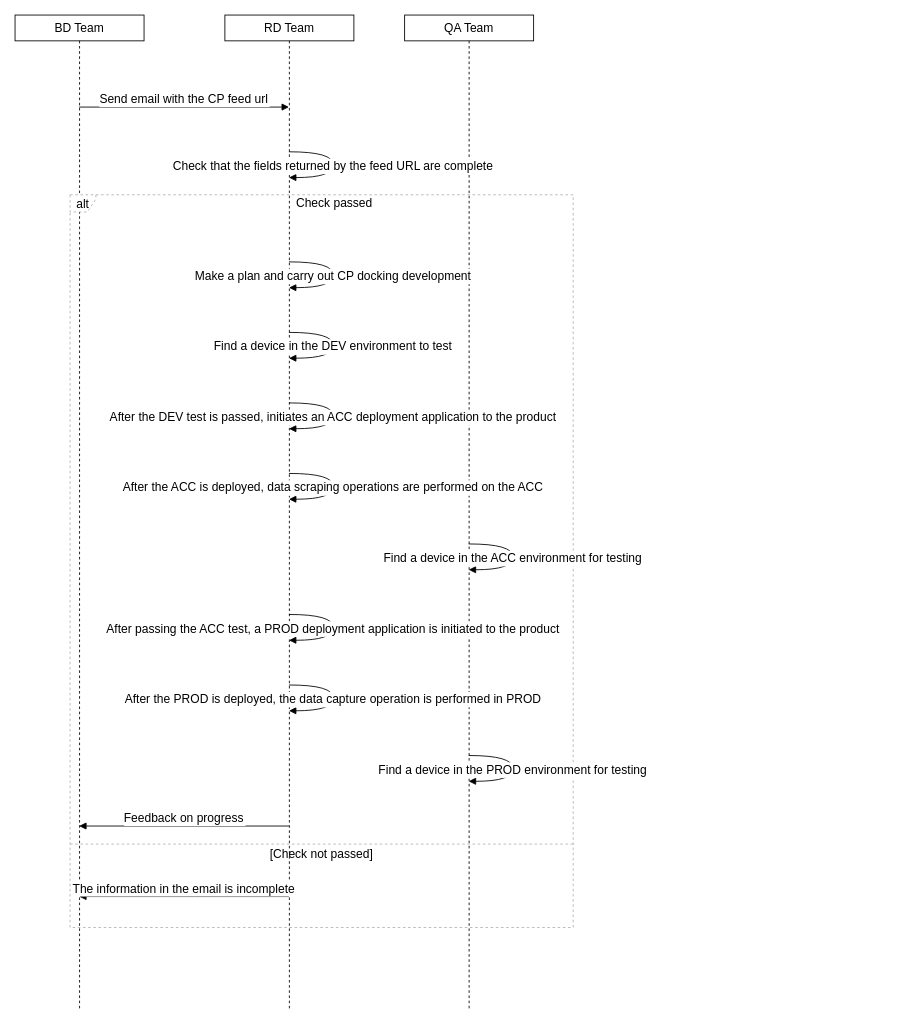
stevezhouht/baiduCDP keeps this draw.io diagram as update/cp对接流程.drawio. Above is the earlier version. Source tidied: cells renumbered, new cells numbered last; positions are measured from the earlier drawing's top-left corner, leaving out a move shared by most shapes. Both pictures are drawn from the tidied source at 86%, with x=0, y=0 at pixel (15, 15).
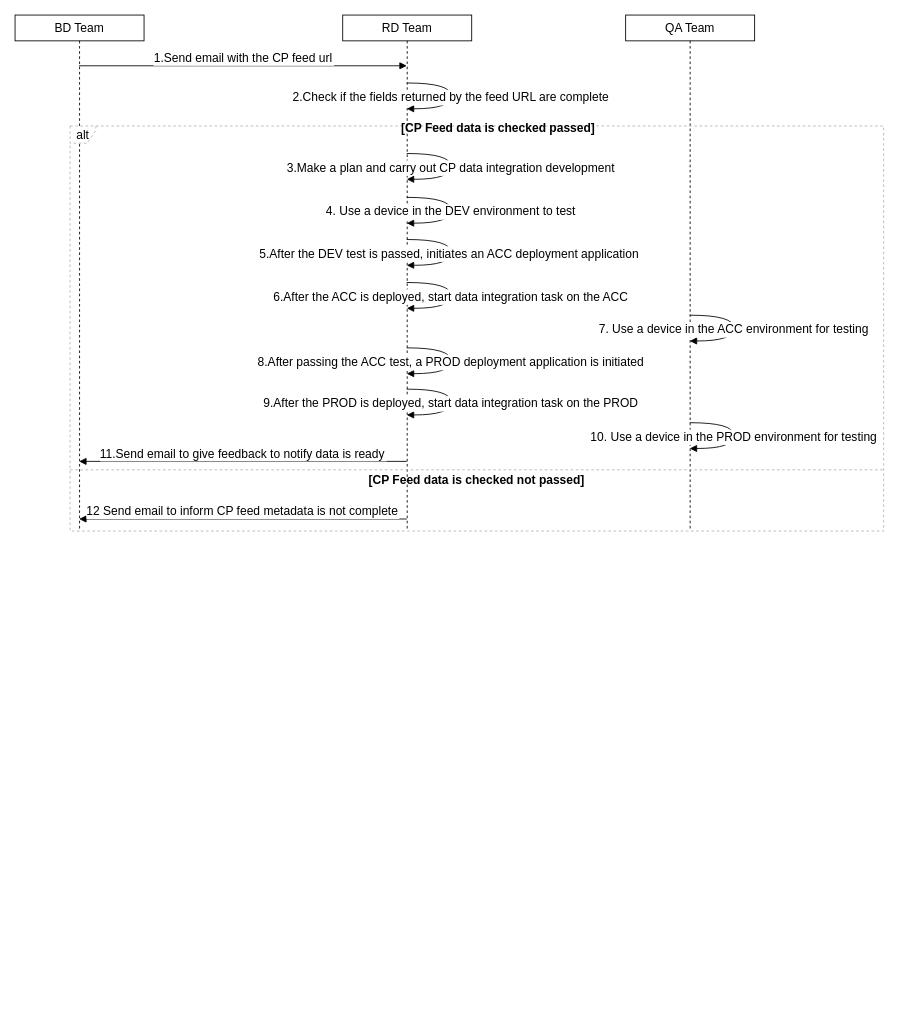
The same diagram, later.

Commit message (it also covers changes not shown here):
更新cp对接流程.drawio

The edit, as a diff of the source:
```diff
@@
     <mxCell id="2" value="BD Team" style="shape=umlLifeline;perimeter=lifelinePerimeter;whiteSpace=wrap;outlineConnect=0;portConstraint=eastwest;newEdgeStyle={&quot;edgeStyle&quot;:&quot;elbowEdgeStyle&quot;,&quot;elbow&quot;:&quot;vertical&quot;,&quot;curved&quot;:0,&quot;rounded&quot;:0};size=30;fontSize=14;spacing=1;" parent="1" vertex="1">
-      <mxGeometry width="150" height="1156" as="geometry" />
+      <mxGeometry width="150" height="600" as="geometry" />
     </mxCell>
     <mxCell id="3" value="RD Team" style="shape=umlLifeline;perimeter=lifelinePerimeter;whiteSpace=wrap;outlineConnect=0;portConstraint=eastwest;newEdgeStyle={&quot;edgeStyle&quot;:&quot;elbowEdgeStyle&quot;,&quot;elbow&quot;:&quot;vertical&quot;,&quot;curved&quot;:0,&quot;rounded&quot;:0};size=30;fontSize=14;spacing=1;" parent="1" vertex="1">
-      <mxGeometry x="244" width="150" height="1156" as="geometry" />
+      <mxGeometry x="381" width="150" height="600" as="geometry" />
     </mxCell>
     <mxCell id="4" value="QA Team" style="shape=umlLifeline;perimeter=lifelinePerimeter;whiteSpace=wrap;outlineConnect=0;portConstraint=eastwest;newEdgeStyle={&quot;edgeStyle&quot;:&quot;elbowEdgeStyle&quot;,&quot;elbow&quot;:&quot;vertical&quot;,&quot;curved&quot;:0,&quot;rounded&quot;:0};size=30;fontSize=14;spacing=1;" parent="1" vertex="1">
-      <mxGeometry x="453" width="150" height="1156" as="geometry" />
+      <mxGeometry x="710" width="150" height="600" as="geometry" />
     </mxCell>
     <mxCell id="5" value="alt" style="shape=umlFrame;dashed=1;strokeColor=#B3B3B3;height=20;width=30;fontSize=14;spacing=1;" parent="1" vertex="1">
-      <mxGeometry x="64" y="209" width="585" height="852" as="geometry" />
+      <mxGeometry x="64" y="129" width="946" height="471" as="geometry" />
     </mxCell>
-    <mxCell id="6" value="Check passed" style="text;strokeColor=none;fillColor=none;align=center;verticalAlign=middle;whiteSpace=wrap;fontSize=14;spacing=1;" parent="5" vertex="1">
-      <mxGeometry x="30" width="555" height="20" as="geometry" />
+    <mxCell id="6" value="[CP Feed data is checked passed]" style="text;strokeColor=none;fillColor=none;align=center;verticalAlign=middle;whiteSpace=wrap;fontSize=14;spacing=1;fontStyle=1;" parent="5" vertex="1">
+      <mxGeometry x="48.5" width="897.5" height="6.4" as="geometry" />
     </mxCell>
-    <mxCell id="7" value="[Check not passed]" style="shape=line;dashed=1;whiteSpace=wrap;verticalAlign=top;labelPosition=center;verticalLabelPosition=middle;align=center;strokeColor=#B3B3B3;fontSize=14;spacing=1;" parent="5" vertex="1">
-      <mxGeometry y="753" width="585" height="4" as="geometry" />
+    <mxCell id="7" value="[CP Feed data is checked not passed]" style="shape=line;dashed=1;whiteSpace=wrap;verticalAlign=top;labelPosition=center;verticalLabelPosition=middle;align=center;strokeColor=#B3B3B3;fontSize=14;spacing=1;fontStyle=1;" parent="5" vertex="1">
+      <mxGeometry y="397.6" width="946" height="4.4" as="geometry" />
     </mxCell>
-    <mxCell id="8" value="Send email with the CP feed url" style="verticalAlign=bottom;edgeStyle=elbowEdgeStyle;elbow=vertical;curved=0;rounded=0;endArrow=block;fontSize=14;spacing=1;" parent="1" edge="1" source="2" target="3">
+    <mxCell id="8" value="1.Send email with the CP feed url" style="verticalAlign=bottom;edgeStyle=elbowEdgeStyle;elbow=vertical;curved=0;rounded=0;endArrow=block;fontSize=14;spacing=1;" parent="1" edge="1" target="3">
       <mxGeometry relative="1" as="geometry">
+        <mxPoint x="74.5" y="59" as="sourcePoint" />
         <Array as="points">
-          <mxPoint x="206" y="107" />
+          <mxPoint x="206" y="59" />
         </Array>
       </mxGeometry>
     </mxCell>
-    <mxCell id="9" value="Check that the fields returned by the feed URL are complete" style="curved=1;endArrow=block;rounded=0;fontSize=14;spacing=1;" parent="1" edge="1" source="3" target="3">
+    <mxCell id="9" value="2.Check if the fields returned by the feed URL are complete" style="curved=1;endArrow=block;rounded=0;fontSize=14;spacing=1;" parent="1" edge="1">
       <mxGeometry relative="1" as="geometry">
+        <mxPoint x="455.5" y="79" as="sourcePoint" />
+        <mxPoint x="455.5" y="109" as="targetPoint" />
         <Array as="points">
-          <mxPoint x="370" y="159" />
-          <mxPoint x="370" y="189" />
+          <mxPoint x="507" y="79" />
+          <mxPoint x="507" y="109" />
         </Array>
       </mxGeometry>
     </mxCell>
-    <mxCell id="10" value="Make a plan and carry out CP docking development" style="curved=1;endArrow=block;rounded=0;fontSize=14;spacing=1;" parent="1" edge="1" source="3" target="3">
+    <mxCell id="10" value="3.Make a plan and carry out CP data integration development" style="curved=1;endArrow=block;rounded=0;fontSize=14;spacing=1;" parent="1" edge="1">
       <mxGeometry relative="1" as="geometry">
+        <mxPoint x="455.5" y="161" as="sourcePoint" />
+        <mxPoint x="455.5" y="191" as="targetPoint" />
         <Array as="points">
-          <mxPoint x="370" y="287" />
-          <mxPoint x="370" y="317" />
+          <mxPoint x="507" y="161" />
+          <mxPoint x="507" y="191" />
         </Array>
       </mxGeometry>
     </mxCell>
-    <mxCell id="11" value="Find a device in the DEV environment to test" style="curved=1;endArrow=block;rounded=0;fontSize=14;spacing=1;" parent="1" edge="1" source="3" target="3">
+    <mxCell id="11" value="4. Use a device in the DEV environment to test" style="curved=1;endArrow=block;rounded=0;fontSize=14;spacing=1;" parent="1" edge="1">
       <mxGeometry relative="1" as="geometry">
+        <mxPoint x="455.5" y="212" as="sourcePoint" />
+        <mxPoint x="455.5" y="242" as="targetPoint" />
         <Array as="points">
-          <mxPoint x="370" y="369" />
-          <mxPoint x="370" y="399" />
+          <mxPoint x="507" y="212" />
+          <mxPoint x="507" y="242" />
         </Array>
       </mxGeometry>
     </mxCell>
-    <mxCell id="12" value="After the DEV test is passed, initiates an ACC deployment application to the product" style="curved=1;endArrow=block;rounded=0;fontSize=14;spacing=1;" parent="1" edge="1" source="3" target="3">
+    <mxCell id="12" value="5.After the DEV test is passed, initiates an ACC deployment application " style="curved=1;endArrow=block;rounded=0;fontSize=14;spacing=1;" parent="1" edge="1">
       <mxGeometry relative="1" as="geometry">
+        <mxPoint x="455.5" y="261" as="sourcePoint" />
+        <mxPoint x="455.5" y="291" as="targetPoint" />
         <Array as="points">
-          <mxPoint x="370" y="451" />
-          <mxPoint x="370" y="481" />
+          <mxPoint x="507" y="261" />
+          <mxPoint x="507" y="291" />
         </Array>
       </mxGeometry>
     </mxCell>
-    <mxCell id="13" value="After the ACC is deployed, data scraping operations are performed on the ACC" style="curved=1;endArrow=block;rounded=0;fontSize=14;spacing=1;" parent="1" edge="1" source="3" target="3">
+    <mxCell id="13" value="6.After the ACC is deployed, start data integration task on the ACC" style="curved=1;endArrow=block;rounded=0;fontSize=14;spacing=1;" parent="1" edge="1">
       <mxGeometry relative="1" as="geometry">
+        <mxPoint x="455.5" y="311" as="sourcePoint" />
+        <mxPoint x="455.5" y="341" as="targetPoint" />
         <Array as="points">
-          <mxPoint x="370" y="533" />
-          <mxPoint x="370" y="563" />
+          <mxPoint x="507" y="311" />
+          <mxPoint x="507" y="341" />
         </Array>
       </mxGeometry>
     </mxCell>
-    <mxCell id="14" value="Find a device in the ACC environment for testing" style="curved=1;endArrow=block;rounded=0;fontSize=14;spacing=1;" parent="1" edge="1" source="4" target="4">
+    <mxCell id="14" value="7. Use a device in the ACC environment for testing" style="curved=1;endArrow=block;rounded=0;fontSize=14;spacing=1;" parent="1" edge="1">
       <mxGeometry relative="1" as="geometry">
+        <mxPoint x="784.5" y="349" as="sourcePoint" />
+        <mxPoint x="784.5" y="379" as="targetPoint" />
         <Array as="points">
-          <mxPoint x="579" y="615" />
-          <mxPoint x="579" y="645" />
+          <mxPoint x="836" y="349" />
+          <mxPoint x="836" y="379" />
         </Array>
       </mxGeometry>
     </mxCell>
-    <mxCell id="15" value="After passing the ACC test, a PROD deployment application is initiated to the product" style="curved=1;endArrow=block;rounded=0;fontSize=14;spacing=1;" parent="1" edge="1" source="3" target="3">
+    <mxCell id="15" value="8.After passing the ACC test, a PROD deployment application is initiated" style="curved=1;endArrow=block;rounded=0;fontSize=14;spacing=1;" parent="1" edge="1">
       <mxGeometry relative="1" as="geometry">
+        <mxPoint x="455.5" y="387" as="sourcePoint" />
+        <mxPoint x="455.5" y="417" as="targetPoint" />
         <Array as="points">
-          <mxPoint x="370" y="697" />
-          <mxPoint x="370" y="727" />
+          <mxPoint x="507" y="387" />
+          <mxPoint x="507" y="417" />
         </Array>
       </mxGeometry>
     </mxCell>
-    <mxCell id="16" value="After the PROD is deployed, the data capture operation is performed in PROD" style="curved=1;endArrow=block;rounded=0;fontSize=14;spacing=1;" parent="1" edge="1" source="3" target="3">
+    <mxCell id="16" value="9.After the PROD is deployed, start data integration task on the PROD" style="curved=1;endArrow=block;rounded=0;fontSize=14;spacing=1;" parent="1" edge="1">
       <mxGeometry relative="1" as="geometry">
+        <mxPoint x="455.5" y="435" as="sourcePoint" />
+        <mxPoint x="455.5" y="465" as="targetPoint" />
         <Array as="points">
-          <mxPoint x="370" y="779" />
-          <mxPoint x="370" y="809" />
+          <mxPoint x="507" y="435" />
+          <mxPoint x="507" y="465" />
         </Array>
       </mxGeometry>
     </mxCell>
-    <mxCell id="17" value="Find a device in the PROD environment for testing" style="curved=1;endArrow=block;rounded=0;fontSize=14;spacing=1;" parent="1" edge="1" source="4" target="4">
+    <mxCell id="17" value="10. Use a device in the PROD environment for testing" style="curved=1;endArrow=block;rounded=0;fontSize=14;spacing=1;" parent="1" edge="1">
       <mxGeometry relative="1" as="geometry">
+        <mxPoint x="784.5" y="474" as="sourcePoint" />
+        <mxPoint x="784.5" y="504" as="targetPoint" />
         <Array as="points">
-          <mxPoint x="579" y="861" />
-          <mxPoint x="579" y="891" />
+          <mxPoint x="836" y="474" />
+          <mxPoint x="836" y="504" />
         </Array>
       </mxGeometry>
     </mxCell>
-    <mxCell id="18" value="Feedback on progress" style="verticalAlign=bottom;edgeStyle=elbowEdgeStyle;elbow=vertical;curved=0;rounded=0;endArrow=block;fontSize=14;spacing=1;" parent="1" edge="1" source="3" target="2">
+    <mxCell id="18" value="11.Send email to give feedback to notify data is ready" style="verticalAlign=bottom;edgeStyle=elbowEdgeStyle;elbow=vertical;curved=0;rounded=0;endArrow=block;fontSize=14;spacing=1;" parent="1" edge="1" source="3">
       <mxGeometry relative="1" as="geometry">
+        <mxPoint x="74.5" y="519" as="targetPoint" />
         <Array as="points">
-          <mxPoint x="209" y="943" />
+          <mxPoint x="209" y="519" />
         </Array>
       </mxGeometry>
     </mxCell>
-    <mxCell id="19" value="The information in the email is incomplete" style="verticalAlign=bottom;edgeStyle=elbowEdgeStyle;elbow=vertical;curved=0;rounded=0;endArrow=block;fontSize=14;spacing=1;" parent="1" edge="1">
+    <mxCell id="19" value="12 Send email to inform CP feed metadata is not complete" style="verticalAlign=bottom;edgeStyle=elbowEdgeStyle;elbow=vertical;curved=0;rounded=0;endArrow=block;fontSize=14;spacing=1;" parent="1" edge="1" source="3">
       <mxGeometry relative="1" as="geometry">
-        <mxPoint x="318.5" y="1025" as="sourcePoint" />
-        <mxPoint x="74.5" y="1025" as="targetPoint" />
+        <mxPoint x="74.5" y="586" as="targetPoint" />
         <Array as="points">
-          <mxPoint x="209" y="1025" />
+          <mxPoint x="209" y="586" />
         </Array>
       </mxGeometry>
     </mxCell>
```
